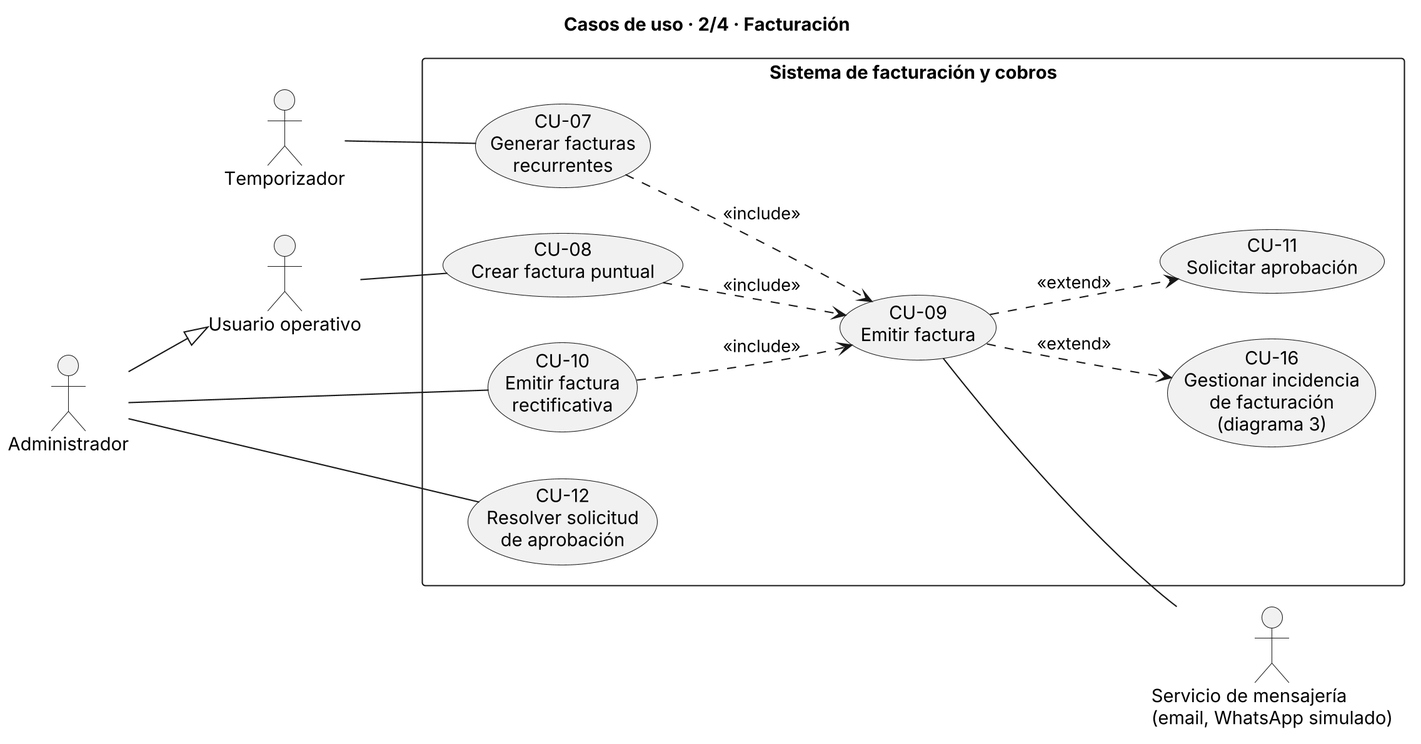
The PlantUML diagram Casos_De_Uso/Casos de uso Jorge/diagramas/diagrama_2_facturacion.png in shadow-251/Trabajo-ADAP, before a commit. Source of this version:
```plantuml
@startuml diagrama_2_facturacion
skinparamlocked dpi 200
title Casos de uso · 2/4 · Facturación

left to right direction

actor "Usuario operativo" as UO
actor "Temporizador" as TMP
actor "Administrador" as ADM
actor "Servicio de mensajería\n(email, WhatsApp simulado)" as MSG

ADM --|> UO

rectangle "Sistema de facturación y cobros" {
  usecase "CU-07\nGenerar facturas\nrecurrentes" as CU07
  usecase "CU-08\nCrear factura puntual" as CU08
  usecase "CU-09\nEmitir factura" as CU09
  usecase "CU-10\nEmitir factura\nrectificativa" as CU10
  usecase "CU-12\nResolver solicitud\nde aprobación" as CU12
  usecase "CU-16\nGestionar incidencia\nde facturación\n(diagrama 3)" as CU16
  usecase "CU-11\nSolicitar aprobación" as CU11
}

TMP -- CU07
UO -- CU08
ADM -- CU10
ADM -- CU12
CU09 -- MSG

CU07 ..> CU09 : <<include>>
CU08 ..> CU09 : <<include>>
CU10 ..> CU09 : <<include>>

CU09 ..> CU16 : <<extend>>
CU09 ..> CU11 : <<extend>>

@enduml
```
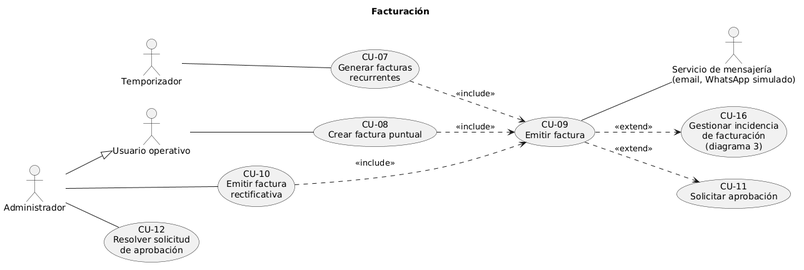
The same file after the commit.

Commit message:
Diagramas de casos de uso actualizado

Diff of the diagram source:
```diff
@@ -1,6 +1,5 @@
-@startuml diagrama_2_facturacion
-skinparamlocked dpi 200
-title Casos de uso · 2/4 · Facturación
+@startuml
+title Facturación
 
 left to right direction
 
@@ -11,15 +10,13 @@
 
 ADM --|> UO
 
-rectangle "Sistema de facturación y cobros" {
-  usecase "CU-07\nGenerar facturas\nrecurrentes" as CU07
-  usecase "CU-08\nCrear factura puntual" as CU08
-  usecase "CU-09\nEmitir factura" as CU09
-  usecase "CU-10\nEmitir factura\nrectificativa" as CU10
-  usecase "CU-12\nResolver solicitud\nde aprobación" as CU12
-  usecase "CU-16\nGestionar incidencia\nde facturación\n(diagrama 3)" as CU16
-  usecase "CU-11\nSolicitar aprobación" as CU11
-}
+usecase "CU-07\nGenerar facturas\nrecurrentes" as CU07
+usecase "CU-08\nCrear factura puntual" as CU08
+usecase "CU-09\nEmitir factura" as CU09
+usecase "CU-10\nEmitir factura\nrectificativa" as CU10
+usecase "CU-12\nResolver solicitud\nde aprobación" as CU12
+usecase "CU-16\nGestionar incidencia\nde facturación\n(diagrama 3)" as CU16
+usecase "CU-11\nSolicitar aprobación" as CU11
 
 TMP -- CU07
 UO -- CU08
@@ -33,5 +30,4 @@
 
 CU09 ..> CU16 : <<extend>>
 CU09 ..> CU11 : <<extend>>
-
 @enduml
```
